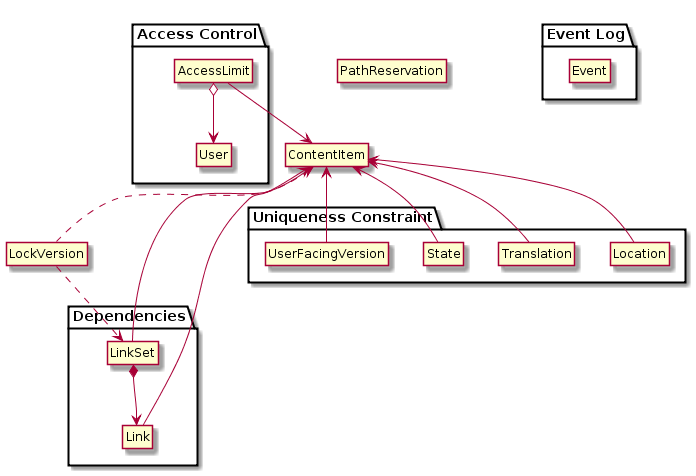
Above: doc/model/object-model.png in alphagov/publishing-api (PlantUML), before the change.
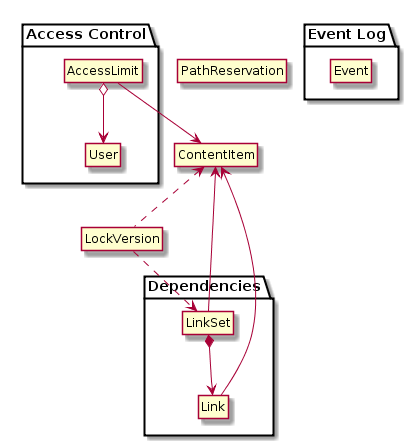
Later version of the same file.

Commit message:
Remove pillars from PlantUML diagram

The edit, as a diff of the source:
```diff
@@ -16,13 +16,6 @@
   class Event
 }
 
-package "Uniqueness Constraint" {
-  class Location
-  class Translation
-  class State
-  class UserFacingVersion
-}
-
 package "Access Control" {
   class AccessLimit
   class User
@@ -32,12 +25,8 @@
 ContentItem <-up- Link
 LinkSet *--> Link
 
-ContentItem <-- Location
-ContentItem <-- Translation
-ContentItem <-- State
 ContentItem <.. LockVersion
 
-ContentItem <-- UserFacingVersion
 ContentItem <-down- AccessLimit
 LockVersion ..> LinkSet
 AccessLimit o--> User
```
